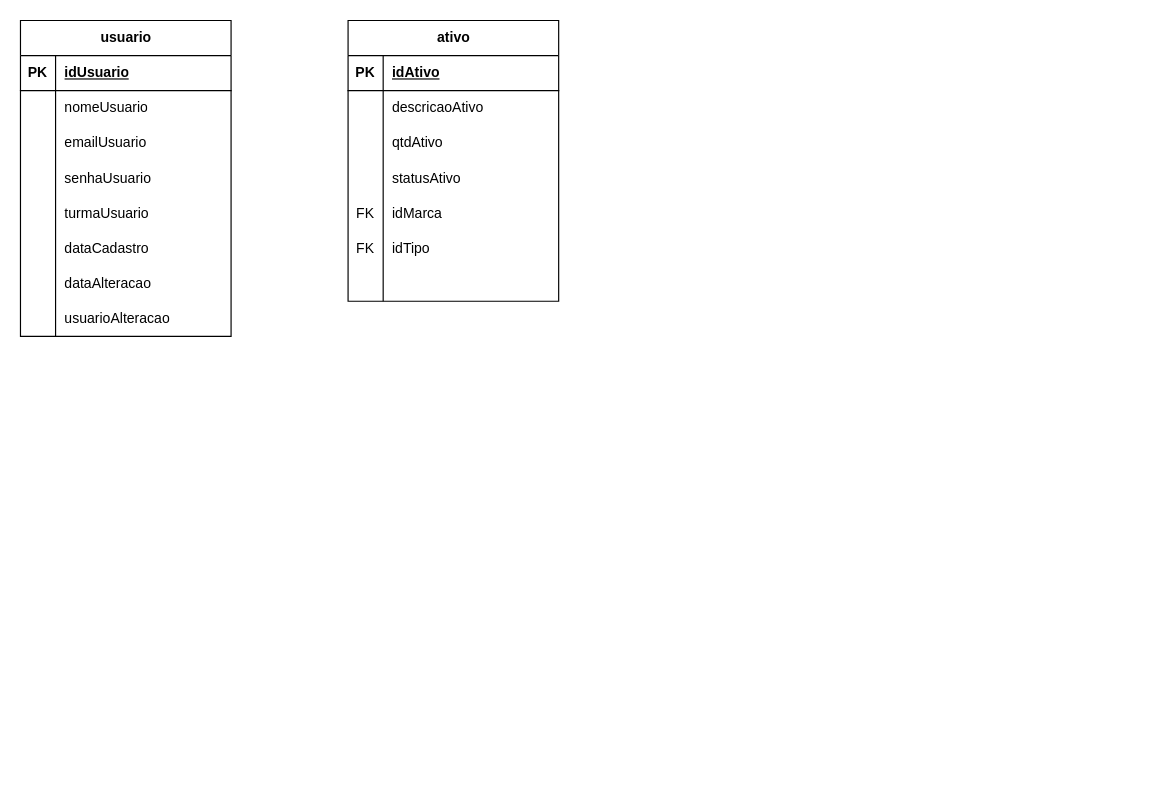
Above: diagrams/ER-database.drawio in matheus98g/controle-de-ativos-senac (draw.io), before the change. Source tidied: cells renumbered, new cells numbered last; positions are measured from the earlier drawing's top-left corner, leaving out a move shared by most shapes. Both pictures are drawn from the tidied source at 117%, with x=0, y=0 at pixel (20, 20).
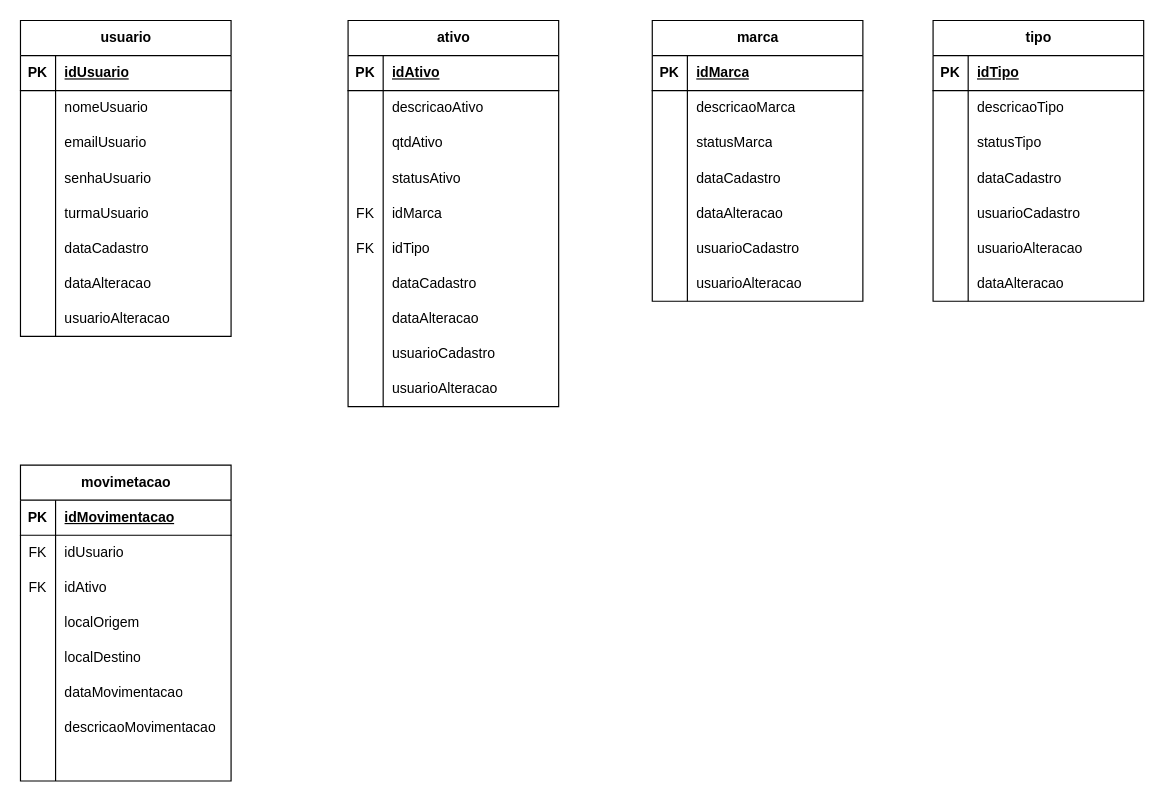
The same page after the edit.

The change refers to these unchanged cells:
```xml
<mxCell id="46" style="shape=tableRow;horizontal=0;startSize=0;swimlaneHead=0;swimlaneBody=0;fillColor=none;top=0;left=0;right=0;bottom=0;" parent="27" vertex="1">
  <mxGeometry y="210" width="180" height="30" as="geometry" />
</mxCell>
```

Diff of the diagram source:
```diff
@@
     <mxCell id="27" value="ativo" style="shape=table;startSize=30;childLayout=tableLayout;rowLines=0;fontStyle=1;align=center;html=1;" parent="1" vertex="1">
-      <mxGeometry x="280" width="180" height="240" as="geometry" />
+      <mxGeometry x="280" width="180" height="330" as="geometry" />
     </mxCell>
@@
-    <mxCell id="48" style="shape=partialRectangle;fillColor=none;top=0;left=0;bottom=0;right=0;align=left;spacingLeft=6;overflow=hidden;whiteSpace=wrap;html=1;" parent="46" vertex="1">
+    <mxCell id="48" value="dataCadastro" style="shape=partialRectangle;fillColor=none;top=0;left=0;bottom=0;right=0;align=left;spacingLeft=6;overflow=hidden;whiteSpace=wrap;html=1;" parent="46" vertex="1">
       <mxGeometry x="30" width="150" height="30" as="geometry" />
     </mxCell>
+    <mxCell id="49" style="shape=tableRow;horizontal=0;startSize=0;swimlaneHead=0;swimlaneBody=0;fillColor=none;top=0;left=0;right=0;bottom=0;" parent="27" vertex="1">
+      <mxGeometry y="240" width="180" height="30" as="geometry" />
+    </mxCell>
+    <mxCell id="50" style="shape=partialRectangle;fillColor=none;top=0;left=0;bottom=0;right=0;overflow=hidden;whiteSpace=wrap;html=1;" parent="49" vertex="1">
+      <mxGeometry width="30" height="30" as="geometry" />
+    </mxCell>
+    <mxCell id="51" value="dataAlteracao" style="shape=partialRectangle;fillColor=none;top=0;left=0;bottom=0;right=0;align=left;spacingLeft=6;overflow=hidden;whiteSpace=wrap;html=1;" parent="49" vertex="1">
+      <mxGeometry x="30" width="150" height="30" as="geometry" />
+    </mxCell>
+    <mxCell id="52" style="shape=tableRow;horizontal=0;startSize=0;swimlaneHead=0;swimlaneBody=0;fillColor=none;top=0;left=0;right=0;bottom=0;" parent="27" vertex="1">
+      <mxGeometry y="270" width="180" height="30" as="geometry" />
+    </mxCell>
+    <mxCell id="53" style="shape=partialRectangle;fillColor=none;top=0;left=0;bottom=0;right=0;overflow=hidden;whiteSpace=wrap;html=1;" parent="52" vertex="1">
+      <mxGeometry width="30" height="30" as="geometry" />
+    </mxCell>
+    <mxCell id="54" value="usuarioCadastro" style="shape=partialRectangle;fillColor=none;top=0;left=0;bottom=0;right=0;align=left;spacingLeft=6;overflow=hidden;whiteSpace=wrap;html=1;" parent="52" vertex="1">
+      <mxGeometry x="30" width="150" height="30" as="geometry" />
+    </mxCell>
+    <mxCell id="55" style="shape=tableRow;horizontal=0;startSize=0;swimlaneHead=0;swimlaneBody=0;fillColor=none;top=0;left=0;right=0;bottom=0;" parent="27" vertex="1">
+      <mxGeometry y="300" width="180" height="30" as="geometry" />
+    </mxCell>
+    <mxCell id="56" style="shape=partialRectangle;fillColor=none;top=0;left=0;bottom=0;right=0;overflow=hidden;whiteSpace=wrap;html=1;" parent="55" vertex="1">
+      <mxGeometry width="30" height="30" as="geometry" />
+    </mxCell>
+    <mxCell id="57" value="usuarioAlteracao" style="shape=partialRectangle;fillColor=none;top=0;left=0;bottom=0;right=0;align=left;spacingLeft=6;overflow=hidden;whiteSpace=wrap;html=1;" parent="55" vertex="1">
+      <mxGeometry x="30" width="150" height="30" as="geometry" />
+    </mxCell>
+    <mxCell id="58" value="marca" style="shape=table;startSize=30;childLayout=tableLayout;rowLines=0;fontStyle=1;align=center;html=1;" parent="1" vertex="1">
+      <mxGeometry x="540" width="180" height="240" as="geometry" />
+    </mxCell>
+    <mxCell id="59" style="shape=tableRow;horizontal=0;startSize=0;swimlaneHead=0;swimlaneBody=0;fillColor=none;top=0;left=0;right=0;bottom=1;" parent="58" vertex="1">
+      <mxGeometry y="30" width="180" height="30" as="geometry" />
+    </mxCell>
+    <mxCell id="60" value="PK" style="shape=partialRectangle;fillColor=none;top=0;left=0;bottom=0;right=0;fontStyle=1;overflow=hidden;whiteSpace=wrap;html=1;" parent="59" vertex="1">
+      <mxGeometry width="30" height="30" as="geometry" />
+    </mxCell>
+    <mxCell id="61" value="idMarca" style="shape=partialRectangle;fillColor=none;top=0;left=0;bottom=0;right=0;align=left;spacingLeft=6;fontStyle=5;overflow=hidden;whiteSpace=wrap;html=1;" parent="59" vertex="1">
+      <mxGeometry x="30" width="150" height="30" as="geometry" />
+    </mxCell>
+    <mxCell id="62" style="shape=tableRow;horizontal=0;startSize=0;swimlaneHead=0;swimlaneBody=0;fillColor=none;top=0;left=0;right=0;bottom=0;" parent="58" vertex="1">
+      <mxGeometry y="60" width="180" height="30" as="geometry" />
+    </mxCell>
+    <mxCell id="63" style="shape=partialRectangle;fillColor=none;top=0;left=0;bottom=0;right=0;overflow=hidden;whiteSpace=wrap;html=1;" parent="62" vertex="1">
+      <mxGeometry width="30" height="30" as="geometry" />
+    </mxCell>
+    <mxCell id="64" value="descricaoMarca" style="shape=partialRectangle;fillColor=none;top=0;left=0;bottom=0;right=0;align=left;spacingLeft=6;overflow=hidden;whiteSpace=wrap;html=1;" parent="62" vertex="1">
+      <mxGeometry x="30" width="150" height="30" as="geometry" />
+    </mxCell>
+    <mxCell id="65" style="shape=tableRow;horizontal=0;startSize=0;swimlaneHead=0;swimlaneBody=0;fillColor=none;top=0;left=0;right=0;bottom=0;" parent="58" vertex="1">
+      <mxGeometry y="90" width="180" height="30" as="geometry" />
+    </mxCell>
+    <mxCell id="66" style="shape=partialRectangle;fillColor=none;top=0;left=0;bottom=0;right=0;overflow=hidden;whiteSpace=wrap;html=1;" parent="65" vertex="1">
+      <mxGeometry width="30" height="30" as="geometry" />
+    </mxCell>
+    <mxCell id="67" value="statusMarca" style="shape=partialRectangle;fillColor=none;top=0;left=0;bottom=0;right=0;align=left;spacingLeft=6;overflow=hidden;whiteSpace=wrap;html=1;" parent="65" vertex="1">
+      <mxGeometry x="30" width="150" height="30" as="geometry" />
+    </mxCell>
+    <mxCell id="68" style="shape=tableRow;horizontal=0;startSize=0;swimlaneHead=0;swimlaneBody=0;fillColor=none;top=0;left=0;right=0;bottom=0;" parent="58" vertex="1">
+      <mxGeometry y="120" width="180" height="30" as="geometry" />
+    </mxCell>
+    <mxCell id="69" style="shape=partialRectangle;fillColor=none;top=0;left=0;bottom=0;right=0;overflow=hidden;whiteSpace=wrap;html=1;" parent="68" vertex="1">
+      <mxGeometry width="30" height="30" as="geometry" />
+    </mxCell>
+    <mxCell id="70" value="dataCadastro" style="shape=partialRectangle;fillColor=none;top=0;left=0;bottom=0;right=0;align=left;spacingLeft=6;overflow=hidden;whiteSpace=wrap;html=1;" parent="68" vertex="1">
+      <mxGeometry x="30" width="150" height="30" as="geometry" />
+    </mxCell>
+    <mxCell id="71" style="shape=tableRow;horizontal=0;startSize=0;swimlaneHead=0;swimlaneBody=0;fillColor=none;top=0;left=0;right=0;bottom=0;" parent="58" vertex="1">
+      <mxGeometry y="150" width="180" height="30" as="geometry" />
+    </mxCell>
+    <mxCell id="72" style="shape=partialRectangle;fillColor=none;top=0;left=0;bottom=0;right=0;overflow=hidden;whiteSpace=wrap;html=1;" parent="71" vertex="1">
+      <mxGeometry width="30" height="30" as="geometry" />
+    </mxCell>
+    <mxCell id="73" value="dataAlteracao" style="shape=partialRectangle;fillColor=none;top=0;left=0;bottom=0;right=0;align=left;spacingLeft=6;overflow=hidden;whiteSpace=wrap;html=1;" parent="71" vertex="1">
+      <mxGeometry x="30" width="150" height="30" as="geometry" />
+    </mxCell>
+    <mxCell id="74" style="shape=tableRow;horizontal=0;startSize=0;swimlaneHead=0;swimlaneBody=0;fillColor=none;top=0;left=0;right=0;bottom=0;" parent="58" vertex="1">
+      <mxGeometry y="180" width="180" height="30" as="geometry" />
+    </mxCell>
+    <mxCell id="75" style="shape=partialRectangle;fillColor=none;top=0;left=0;bottom=0;right=0;overflow=hidden;whiteSpace=wrap;html=1;" parent="74" vertex="1">
+      <mxGeometry width="30" height="30" as="geometry" />
+    </mxCell>
+    <mxCell id="76" value="usuarioCadastro" style="shape=partialRectangle;fillColor=none;top=0;left=0;bottom=0;right=0;align=left;spacingLeft=6;overflow=hidden;whiteSpace=wrap;html=1;" parent="74" vertex="1">
+      <mxGeometry x="30" width="150" height="30" as="geometry" />
+    </mxCell>
+    <mxCell id="77" style="shape=tableRow;horizontal=0;startSize=0;swimlaneHead=0;swimlaneBody=0;fillColor=none;top=0;left=0;right=0;bottom=0;" parent="58" vertex="1">
+      <mxGeometry y="210" width="180" height="30" as="geometry" />
+    </mxCell>
+    <mxCell id="78" style="shape=partialRectangle;fillColor=none;top=0;left=0;bottom=0;right=0;overflow=hidden;whiteSpace=wrap;html=1;" parent="77" vertex="1">
+      <mxGeometry width="30" height="30" as="geometry" />
+    </mxCell>
+    <mxCell id="79" value="usuarioAlteracao" style="shape=partialRectangle;fillColor=none;top=0;left=0;bottom=0;right=0;align=left;spacingLeft=6;overflow=hidden;whiteSpace=wrap;html=1;" parent="77" vertex="1">
+      <mxGeometry x="30" width="150" height="30" as="geometry" />
+    </mxCell>
+    <mxCell id="80" value="tipo" style="shape=table;startSize=30;childLayout=tableLayout;rowLines=0;fontStyle=1;align=center;html=1;" parent="1" vertex="1">
+      <mxGeometry x="780" width="180" height="240" as="geometry" />
+    </mxCell>
+    <mxCell id="81" style="shape=tableRow;horizontal=0;startSize=0;swimlaneHead=0;swimlaneBody=0;fillColor=none;top=0;left=0;right=0;bottom=1;" parent="80" vertex="1">
+      <mxGeometry y="30" width="180" height="30" as="geometry" />
+    </mxCell>
+    <mxCell id="82" value="PK" style="shape=partialRectangle;fillColor=none;top=0;left=0;bottom=0;right=0;fontStyle=1;overflow=hidden;whiteSpace=wrap;html=1;" parent="81" vertex="1">
+      <mxGeometry width="30" height="30" as="geometry" />
+    </mxCell>
+    <mxCell id="83" value="idTipo" style="shape=partialRectangle;fillColor=none;top=0;left=0;bottom=0;right=0;align=left;spacingLeft=6;fontStyle=5;overflow=hidden;whiteSpace=wrap;html=1;" parent="81" vertex="1">
+      <mxGeometry x="30" width="150" height="30" as="geometry" />
+    </mxCell>
+    <mxCell id="84" style="shape=tableRow;horizontal=0;startSize=0;swimlaneHead=0;swimlaneBody=0;fillColor=none;top=0;left=0;right=0;bottom=0;" parent="80" vertex="1">
+      <mxGeometry y="60" width="180" height="30" as="geometry" />
+    </mxCell>
+    <mxCell id="85" style="shape=partialRectangle;fillColor=none;top=0;left=0;bottom=0;right=0;overflow=hidden;whiteSpace=wrap;html=1;" parent="84" vertex="1">
+      <mxGeometry width="30" height="30" as="geometry" />
+    </mxCell>
+    <mxCell id="86" value="descricaoTipo" style="shape=partialRectangle;fillColor=none;top=0;left=0;bottom=0;right=0;align=left;spacingLeft=6;overflow=hidden;whiteSpace=wrap;html=1;" parent="84" vertex="1">
+      <mxGeometry x="30" width="150" height="30" as="geometry" />
+    </mxCell>
+    <mxCell id="87" style="shape=tableRow;horizontal=0;startSize=0;swimlaneHead=0;swimlaneBody=0;fillColor=none;top=0;left=0;right=0;bottom=0;" parent="80" vertex="1">
+      <mxGeometry y="90" width="180" height="30" as="geometry" />
+    </mxCell>
+    <mxCell id="88" style="shape=partialRectangle;fillColor=none;top=0;left=0;bottom=0;right=0;overflow=hidden;whiteSpace=wrap;html=1;" parent="87" vertex="1">
+      <mxGeometry width="30" height="30" as="geometry" />
+    </mxCell>
+    <mxCell id="89" value="statusTipo" style="shape=partialRectangle;fillColor=none;top=0;left=0;bottom=0;right=0;align=left;spacingLeft=6;overflow=hidden;whiteSpace=wrap;html=1;" parent="87" vertex="1">
+      <mxGeometry x="30" width="150" height="30" as="geometry" />
+    </mxCell>
+    <mxCell id="90" style="shape=tableRow;horizontal=0;startSize=0;swimlaneHead=0;swimlaneBody=0;fillColor=none;top=0;left=0;right=0;bottom=0;" parent="80" vertex="1">
+      <mxGeometry y="120" width="180" height="30" as="geometry" />
+    </mxCell>
+    <mxCell id="91" style="shape=partialRectangle;fillColor=none;top=0;left=0;bottom=0;right=0;overflow=hidden;whiteSpace=wrap;html=1;" parent="90" vertex="1">
+      <mxGeometry width="30" height="30" as="geometry" />
+    </mxCell>
+    <mxCell id="92" value="dataCadastro" style="shape=partialRectangle;fillColor=none;top=0;left=0;bottom=0;right=0;align=left;spacingLeft=6;overflow=hidden;whiteSpace=wrap;html=1;" parent="90" vertex="1">
+      <mxGeometry x="30" width="150" height="30" as="geometry" />
+    </mxCell>
+    <mxCell id="93" style="shape=tableRow;horizontal=0;startSize=0;swimlaneHead=0;swimlaneBody=0;fillColor=none;top=0;left=0;right=0;bottom=0;" parent="80" vertex="1">
+      <mxGeometry y="150" width="180" height="30" as="geometry" />
+    </mxCell>
+    <mxCell id="94" style="shape=partialRectangle;fillColor=none;top=0;left=0;bottom=0;right=0;overflow=hidden;whiteSpace=wrap;html=1;" parent="93" vertex="1">
+      <mxGeometry width="30" height="30" as="geometry" />
+    </mxCell>
+    <mxCell id="95" value="usuarioCadastro" style="shape=partialRectangle;fillColor=none;top=0;left=0;bottom=0;right=0;align=left;spacingLeft=6;overflow=hidden;whiteSpace=wrap;html=1;" parent="93" vertex="1">
+      <mxGeometry x="30" width="150" height="30" as="geometry" />
+    </mxCell>
+    <mxCell id="96" style="shape=tableRow;horizontal=0;startSize=0;swimlaneHead=0;swimlaneBody=0;fillColor=none;top=0;left=0;right=0;bottom=0;" parent="80" vertex="1">
+      <mxGeometry y="180" width="180" height="30" as="geometry" />
+    </mxCell>
+    <mxCell id="97" style="shape=partialRectangle;fillColor=none;top=0;left=0;bottom=0;right=0;overflow=hidden;whiteSpace=wrap;html=1;" parent="96" vertex="1">
+      <mxGeometry width="30" height="30" as="geometry" />
+    </mxCell>
+    <mxCell id="98" value="usuarioAlteracao" style="shape=partialRectangle;fillColor=none;top=0;left=0;bottom=0;right=0;align=left;spacingLeft=6;overflow=hidden;whiteSpace=wrap;html=1;" parent="96" vertex="1">
+      <mxGeometry x="30" width="150" height="30" as="geometry" />
+    </mxCell>
+    <mxCell id="99" style="shape=tableRow;horizontal=0;startSize=0;swimlaneHead=0;swimlaneBody=0;fillColor=none;top=0;left=0;right=0;bottom=0;" parent="80" vertex="1">
+      <mxGeometry y="210" width="180" height="30" as="geometry" />
+    </mxCell>
+    <mxCell id="100" style="shape=partialRectangle;fillColor=none;top=0;left=0;bottom=0;right=0;overflow=hidden;whiteSpace=wrap;html=1;" parent="99" vertex="1">
+      <mxGeometry width="30" height="30" as="geometry" />
+    </mxCell>
+    <mxCell id="101" value="dataAlteracao" style="shape=partialRectangle;fillColor=none;top=0;left=0;bottom=0;right=0;align=left;spacingLeft=6;overflow=hidden;whiteSpace=wrap;html=1;" parent="99" vertex="1">
+      <mxGeometry x="30" width="150" height="30" as="geometry" />
+    </mxCell>
+    <mxCell id="102" value="movimetacao" style="shape=table;startSize=30;childLayout=tableLayout;rowLines=0;fontStyle=1;align=center;html=1;" parent="1" vertex="1">
+      <mxGeometry y="380" width="180" height="270" as="geometry" />
+    </mxCell>
+    <mxCell id="103" style="shape=tableRow;horizontal=0;startSize=0;swimlaneHead=0;swimlaneBody=0;fillColor=none;top=0;left=0;right=0;bottom=1;" parent="102" vertex="1">
+      <mxGeometry y="30" width="180" height="30" as="geometry" />
+    </mxCell>
+    <mxCell id="104" value="PK" style="shape=partialRectangle;fillColor=none;top=0;left=0;bottom=0;right=0;fontStyle=1;overflow=hidden;whiteSpace=wrap;html=1;" parent="103" vertex="1">
+      <mxGeometry width="30" height="30" as="geometry" />
+    </mxCell>
+    <mxCell id="105" value="idMovimentacao" style="shape=partialRectangle;fillColor=none;top=0;left=0;bottom=0;right=0;align=left;spacingLeft=6;fontStyle=5;overflow=hidden;whiteSpace=wrap;html=1;" parent="103" vertex="1">
+      <mxGeometry x="30" width="150" height="30" as="geometry" />
+    </mxCell>
+    <mxCell id="106" style="shape=tableRow;horizontal=0;startSize=0;swimlaneHead=0;swimlaneBody=0;fillColor=none;top=0;left=0;right=0;bottom=0;" parent="102" vertex="1">
+      <mxGeometry y="60" width="180" height="30" as="geometry" />
+    </mxCell>
+    <mxCell id="107" value="FK" style="shape=partialRectangle;fillColor=none;top=0;left=0;bottom=0;right=0;overflow=hidden;whiteSpace=wrap;html=1;" parent="106" vertex="1">
+      <mxGeometry width="30" height="30" as="geometry" />
+    </mxCell>
+    <mxCell id="108" value="idUsuario" style="shape=partialRectangle;fillColor=none;top=0;left=0;bottom=0;right=0;align=left;spacingLeft=6;overflow=hidden;whiteSpace=wrap;html=1;" parent="106" vertex="1">
+      <mxGeometry x="30" width="150" height="30" as="geometry" />
+    </mxCell>
+    <mxCell id="109" style="shape=tableRow;horizontal=0;startSize=0;swimlaneHead=0;swimlaneBody=0;fillColor=none;top=0;left=0;right=0;bottom=0;" parent="102" vertex="1">
+      <mxGeometry y="90" width="180" height="30" as="geometry" />
+    </mxCell>
+    <mxCell id="110" value="FK" style="shape=partialRectangle;fillColor=none;top=0;left=0;bottom=0;right=0;overflow=hidden;whiteSpace=wrap;html=1;" parent="109" vertex="1">
+      <mxGeometry width="30" height="30" as="geometry" />
+    </mxCell>
+    <mxCell id="111" value="idAtivo" style="shape=partialRectangle;fillColor=none;top=0;left=0;bottom=0;right=0;align=left;spacingLeft=6;overflow=hidden;whiteSpace=wrap;html=1;" parent="109" vertex="1">
+      <mxGeometry x="30" width="150" height="30" as="geometry" />
+    </mxCell>
+    <mxCell id="112" style="shape=tableRow;horizontal=0;startSize=0;swimlaneHead=0;swimlaneBody=0;fillColor=none;top=0;left=0;right=0;bottom=0;" parent="102" vertex="1">
+      <mxGeometry y="120" width="180" height="30" as="geometry" />
+    </mxCell>
+    <mxCell id="113" style="shape=partialRectangle;fillColor=none;top=0;left=0;bottom=0;right=0;overflow=hidden;whiteSpace=wrap;html=1;" parent="112" vertex="1">
+      <mxGeometry width="30" height="30" as="geometry" />
+    </mxCell>
+    <mxCell id="114" value="localOrigem" style="shape=partialRectangle;fillColor=none;top=0;left=0;bottom=0;right=0;align=left;spacingLeft=6;overflow=hidden;whiteSpace=wrap;html=1;" parent="112" vertex="1">
+      <mxGeometry x="30" width="150" height="30" as="geometry" />
+    </mxCell>
+    <mxCell id="115" style="shape=tableRow;horizontal=0;startSize=0;swimlaneHead=0;swimlaneBody=0;fillColor=none;top=0;left=0;right=0;bottom=0;" parent="102" vertex="1">
+      <mxGeometry y="150" width="180" height="30" as="geometry" />
+    </mxCell>
+    <mxCell id="116" style="shape=partialRectangle;fillColor=none;top=0;left=0;bottom=0;right=0;overflow=hidden;whiteSpace=wrap;html=1;" parent="115" vertex="1">
+      <mxGeometry width="30" height="30" as="geometry" />
+    </mxCell>
+    <mxCell id="117" value="localDestino" style="shape=partialRectangle;fillColor=none;top=0;left=0;bottom=0;right=0;align=left;spacingLeft=6;overflow=hidden;whiteSpace=wrap;html=1;" parent="115" vertex="1">
+      <mxGeometry x="30" width="150" height="30" as="geometry" />
+    </mxCell>
+    <mxCell id="118" style="shape=tableRow;horizontal=0;startSize=0;swimlaneHead=0;swimlaneBody=0;fillColor=none;top=0;left=0;right=0;bottom=0;" parent="102" vertex="1">
+      <mxGeometry y="180" width="180" height="30" as="geometry" />
+    </mxCell>
+    <mxCell id="119" style="shape=partialRectangle;fillColor=none;top=0;left=0;bottom=0;right=0;overflow=hidden;whiteSpace=wrap;html=1;" parent="118" vertex="1">
+      <mxGeometry width="30" height="30" as="geometry" />
+    </mxCell>
+    <mxCell id="120" value="dataMovimentacao" style="shape=partialRectangle;fillColor=none;top=0;left=0;bottom=0;right=0;align=left;spacingLeft=6;overflow=hidden;whiteSpace=wrap;html=1;" parent="118" vertex="1">
+      <mxGeometry x="30" width="150" height="30" as="geometry" />
+    </mxCell>
+    <mxCell id="121" style="shape=tableRow;horizontal=0;startSize=0;swimlaneHead=0;swimlaneBody=0;fillColor=none;top=0;left=0;right=0;bottom=0;" parent="102" vertex="1">
+      <mxGeometry y="210" width="180" height="30" as="geometry" />
+    </mxCell>
+    <mxCell id="122" style="shape=partialRectangle;fillColor=none;top=0;left=0;bottom=0;right=0;overflow=hidden;whiteSpace=wrap;html=1;" parent="121" vertex="1">
+      <mxGeometry width="30" height="30" as="geometry" />
+    </mxCell>
+    <mxCell id="123" value="descricaoMovimentacao" style="shape=partialRectangle;fillColor=none;top=0;left=0;bottom=0;right=0;align=left;spacingLeft=6;overflow=hidden;whiteSpace=wrap;html=1;" parent="121" vertex="1">
+      <mxGeometry x="30" width="150" height="30" as="geometry" />
+    </mxCell>
+    <mxCell id="124" style="shape=tableRow;horizontal=0;startSize=0;swimlaneHead=0;swimlaneBody=0;fillColor=none;top=0;left=0;right=0;bottom=0;" parent="102" vertex="1">
+      <mxGeometry y="240" width="180" height="30" as="geometry" />
+    </mxCell>
+    <mxCell id="125" style="shape=partialRectangle;fillColor=none;top=0;left=0;bottom=0;right=0;overflow=hidden;whiteSpace=wrap;html=1;" parent="124" vertex="1">
+      <mxGeometry width="30" height="30" as="geometry" />
+    </mxCell>
+    <mxCell id="126" style="shape=partialRectangle;fillColor=none;top=0;left=0;bottom=0;right=0;align=left;spacingLeft=6;overflow=hidden;whiteSpace=wrap;html=1;" parent="124" vertex="1">
+      <mxGeometry x="30" width="150" height="30" as="geometry" />
+    </mxCell>
```
